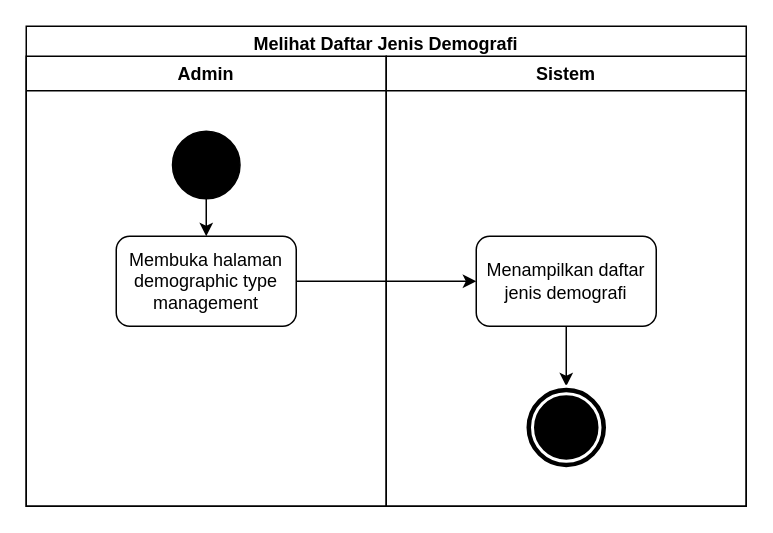
Before: Diagram/Activity Diagram/29. melihat daftar jenis demografi.drawio in techie-jhs/thesis, a draw.io diagram. Source tidied: cells renumbered, new cells numbered last; positions are measured from the earlier drawing's top-left corner, leaving out a move shared by most shapes. Both pictures are drawn from the tidied source at 150%, with x=0, y=0 at pixel (26, 26).
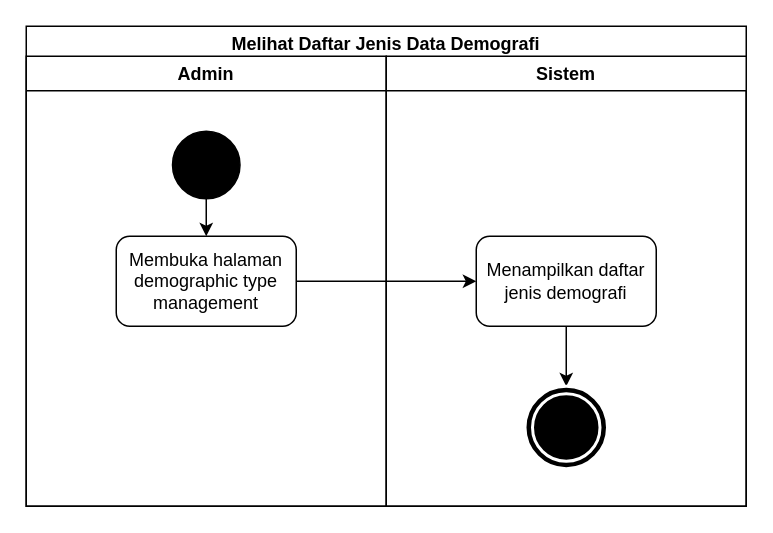
After the change.

What changed in the source:
```diff
@@
 <mxGraphModel>
   <root>
     <mxCell id="0" />
     <mxCell id="1" parent="0" />
-    <mxCell id="2" value="Melihat Daftar Jenis Demografi" style="swimlane;fillColor=none;" parent="1" vertex="1">
+    <mxCell id="2" value="Melihat Daftar Jenis Data Demografi" style="swimlane;fillColor=none;" parent="1" vertex="1">
       <mxGeometry width="480" height="320" as="geometry" />
     </mxCell>
     <mxCell id="3" value="Admin" style="swimlane;" parent="2" vertex="1">
       <mxGeometry y="20" width="240" height="300" as="geometry" />
     </mxCell>
     <mxCell id="4" style="edgeStyle=orthogonalEdgeStyle;rounded=0;jettySize=auto;html=1;" parent="3" edge="1" source="5" target="6">
       <mxGeometry relative="1" as="geometry" />
     </mxCell>
     <mxCell id="5" style="ellipse;whiteSpace=wrap;html=1;fillColor=#000000;" parent="3" vertex="1">
       <mxGeometry x="97.5" y="50" width="45" height="45" as="geometry" />
     </mxCell>
     <mxCell id="6" value="Membuka halaman demographic type management" style="rounded=1;whiteSpace=wrap;html=1;fillColor=none;" parent="3" vertex="1">
       <mxGeometry x="60" y="120" width="120" height="60" as="geometry" />
     </mxCell>
     <mxCell id="7" value="Sistem" style="swimlane;" parent="2" vertex="1">
       <mxGeometry x="240" y="20" width="240" height="300" as="geometry" />
     </mxCell>
     <mxCell id="8" style="edgeStyle=orthogonalEdgeStyle;rounded=0;jettySize=auto;html=1;" parent="7" edge="1" source="9" target="10">
       <mxGeometry relative="1" as="geometry" />
     </mxCell>
     <mxCell id="9" value="Menampilkan daftar jenis demografi" style="rounded=1;whiteSpace=wrap;html=1;fillColor=none;" parent="7" vertex="1">
       <mxGeometry x="60" y="120" width="120" height="60" as="geometry" />
     </mxCell>
     <mxCell id="10" style="ellipse;shape=doubleEllipse;whiteSpace=wrap;html=1;fillColor=#000000;strokeColor=#FFFFFF;strokeWidth=2;" parent="7" vertex="1">
       <mxGeometry x="92.5" y="220" width="55" height="55" as="geometry" />
     </mxCell>
     <mxCell id="11" style="edgeStyle=orthogonalEdgeStyle;rounded=0;jettySize=auto;html=1;" parent="2" edge="1" source="6" target="9">
       <mxGeometry relative="1" as="geometry" />
     </mxCell>
   </root>
 </mxGraphModel>
```
